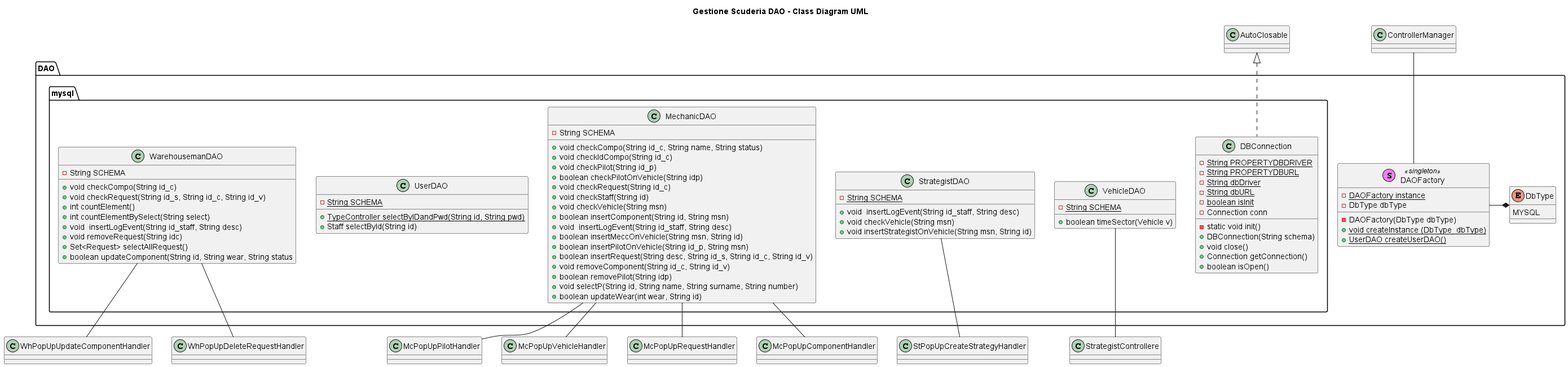
Above: project_document/SECTOR1-UML/UML/DAO_UML/DAO_UML.png in IngSW-unipv/Progetto-S24 (PlantUML), before the change.
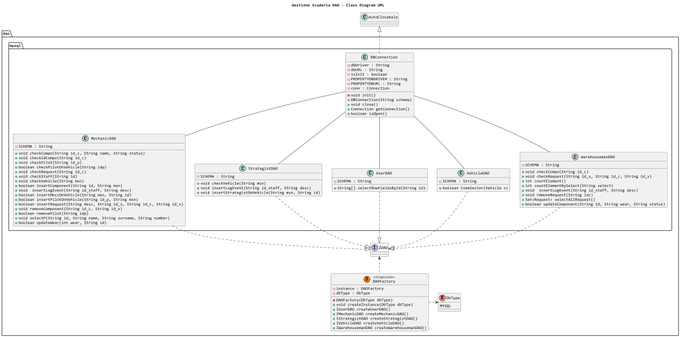
Above is the later version.

The edit, as a diff of the source:
```diff
@@ -1,100 +1,130 @@
 @startuml
+scale 0.5
+top to bottom direction
 
 title Gestione Scuderia DAO - Class Diagram UML
 
-package DAO{
-  class DAOFactory << (S,Violet) singleton >>{
-    - {static} DAOFactory instance
-    - DbType dbType
-    - DAOFactory(DbType dbType)
-    + {static} void createInstance (DbType  dbType)
-    + {static} UserDAO createUserDAO()
-  }
+skinparam DefaultFontName Consolas
 
-  enum DbType {
-    MYSQL
-  }
+package dao {
+    enum DbType {
+        MYSQL
+    }
+
+    class DAOFactory<< (S,#FF7700) Singleton >>  {
+        - instance : DAOFactory
+        - dbType : DbType
+
+        - DAOFactory(DbType dbType)
+        + void createInstance(DbType dbType)
+        + IUserDAO createUserDAO()
+        + IMechanicDAO createMechanicDAO()
+        + IStrategistDAO createStrategistDAO()
+        + IVehicleDAO createVehicleDAO()
+        + IWarehousemanDAO createWarehousemanDAO()
+
+    }
+
+     interface IDAO{
+
+    }
+
+    package dao.mysql{
+        class DBConnection{
+            - dbDriver : String
+            - dbURL : String
+            - isInit : boolean
+            - PROPERTYDBDRIVER : String
+            - PROPERTYDBURL : String
+            - conn : Connection
+
+            - void init()
+            + DBConnection(String schema)
+            + void close()
+            + Connection getConnection()
+            + boolean isOpen()
+        }
+
+        class MechanicDAO{
+            - SCHEMA : String
+
+            + void checkCompo(String id_c, String name, String status)
+            + void checkIdCompo(String id_c)
+            + void checkPilot(String id_p)
+            + boolean checkPilotOnVehicle(String idp)
+            + void checkRequest(String id_c)
+            + void checkStaff(String id)
+            + void checkVehicle(String msn)
+            + boolean insertComponent(String id, String msn)
+            + void  insertLogEvent(String id_staff, String desc)
+            + boolean insertMeccOnVehicle(String msn, String id)
+            + boolean insertPilotOnVehicle(String id_p, String msn)
+            + boolean insertRequest(String desc, String id_s, String id_c, String id_v)
+            + void removeComponent(String id_c, String id_v)
+            + boolean removePilot(String idp)
+            + void selectP(String id, String name, String surname, String number)
+            + boolean updateWear(int wear, String id)
+
+        }
+
+        class StrategistDAO{
+            - SCHEMA : String
+
+            + void checkVehicle(String msn)
+            + void insertLogEvent(String id_staff, String desc)
+            + void insertStrategistOnVehicle(String msn, String id)
+
+        }
+
+        class UserDAO{
+            - SCHEMA : String
+
+            + String[] selectRowFieldsById(String id)
+        }
+
+        class VehicleDAO{
+            - SCHEMA : String
+
+            + boolean timeSector(Vehicle v)
+        }
+
+        class WarehousemanDAO{
+            - SCHEMA : String
+
+            + void checkCompo(String id_c)
+            + void checkRequest(String id_s, String id_c, String id_v)
+            + int countElement()
+            + int countElementBySelect(String select)
+            + void  insertLogEvent(String id_staff, String desc)
+            + void removeRequest(String idc)
+            + Set<Request> selectAllRequest()
+            + boolean updateComponent(String id, String wear, String status)
+
+        }
+
+    }
+
 }
 
-package DAO.mysql{
-  class DBConnection{
-    - {static} String PROPERTYDBDRIVER
-    - {static} String PROPERTYDBURL
-    - {static} String dbDriver
-    - {static} String dbURL
-    - {static} boolean isInit
-    - Connection conn
-    - static void init()
-    + DBConnection(String schema)
-    + void close()
-    + Connection getConnection()
-    + boolean isOpen()
-  }
+class AutoClosabale{
 
-  class WarehousemanDAO{
-    - String SCHEMA
-    + void checkCompo(String id_c)
-    + void checkRequest(String id_s, String id_c, String id_v)
-    + int countElement()
-    + int countElementBySelect(String select)
-    + void  insertLogEvent(String id_staff, String desc)
-    + void removeRequest(String idc)
-    + Set<Request> selectAllRequest()
-    + boolean updateComponent(String id, String wear, String status
-  }
-
-  class MechanicDAO{
-    - String SCHEMA
-    + void checkCompo(String id_c, String name, String status)
-    + void checkIdCompo(String id_c)
-    + void checkPilot(String id_p)
-    + boolean checkPilotOnVehicle(String idp)
-    + void checkRequest(String id_c)
-    + void checkStaff(String id)
-    + void checkVehicle(String msn)
-    + boolean insertComponent(String id, String msn)
-    + void  insertLogEvent(String id_staff, String desc)
-    + boolean insertMeccOnVehicle(String msn, String id)
-    + boolean insertPilotOnVehicle(String id_p, String msn)
-    + boolean insertRequest(String desc, String id_s, String id_c, String id_v)
-    + void removeComponent(String id_c, String id_v)
-    + boolean removePilot(String idp)
-    + void selectP(String id, String name, String surname, String number)
-    + boolean updateWear(int wear, String id)
-  }
-
-  class StrategistDAO {
-    - {static} String SCHEMA
-    + void  insertLogEvent(String id_staff, String desc)
-    + void checkVehicle(String msn)
-    + void insertStrategistOnVehicle(String msn, String id)
-  }
-
-  class UserDAO {
-    - {static} String SCHEMA
-    + {static} TypeController selectByIDandPwd(String id, String pwd)
-    + Staff selectById(String id)
-  }
-
-  class VehicleDAO {
-    - {static} String SCHEMA
-    + boolean timeSector(Vehicle v)
-  }
 }
 
-DAOFactory -* DbType
-DBConnection -up.|> AutoClosable
-ControllerManager -- DAOFactory
+DAOFactory .right.> DbType
+DAOFactory .up.> IDAO
 
-WarehousemanDAO -- WhPopUpUpdateComponentHandler
-WarehousemanDAO -- WhPopUpDeleteRequestHandler
+DBConnection .up.|> AutoClosabale
 
-MechanicDAO -- McPopUpPilotHandler
-MechanicDAO -- McPopUpVehicleHandler
-MechanicDAO -- McPopUpRequestHandler
-MechanicDAO -- McPopUpComponentHandler
+DBConnection -- MechanicDAO
+DBConnection -- WarehousemanDAO
+DBConnection -- StrategistDAO
+DBConnection -- VehicleDAO
+DBConnection -- UserDAO
 
-StrategistDAO -- StPopUpCreateStrategyHandler
-VehicleDAO -- StrategistControllere
+MechanicDAO ..|> IDAO
+WarehousemanDAO ..|> IDAO
+StrategistDAO ..|> IDAO
+VehicleDAO ..|> IDAO
+UserDAO ..|> IDAO
 
 @enduml
```
